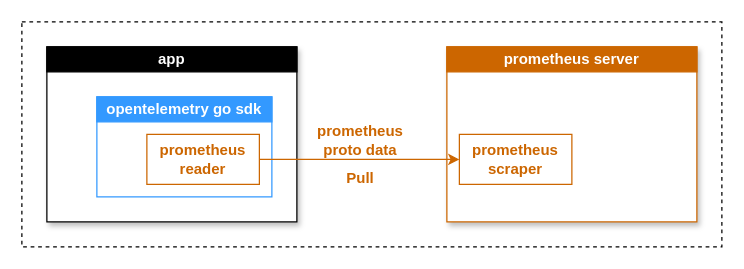
fatsheep9146/drawio-registry keeps this draw.io diagram as opentelemetry/otel-to-prometheus/otel-to-prom-case-1.drawio. Above is the earlier version. Source tidied: cells renumbered, new cells numbered last; positions are measured from the earlier drawing's top-left corner, leaving out a move shared by most shapes. Both pictures are drawn from the tidied source at 125%, with x=0, y=0 at pixel (21, 21).
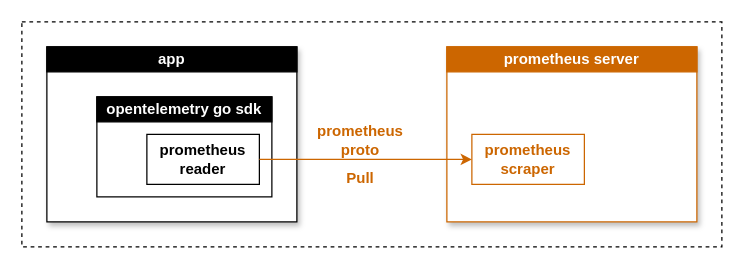
The same diagram, later.

The edit, as a diff of the source:
```diff
@@
 <mxGraphModel>
   <root>
     <mxCell id="0" />
     <mxCell id="1" parent="0" />
     <mxCell id="2" style="rounded=0;whiteSpace=wrap;html=1;dashed=1;" parent="1" vertex="1">
       <mxGeometry width="560" height="180" as="geometry" />
     </mxCell>
     <mxCell id="3" style="rounded=0;whiteSpace=wrap;html=1;shadow=1;" parent="1" vertex="1">
       <mxGeometry x="20" y="20" width="200" height="140" as="geometry" />
     </mxCell>
     <mxCell id="4" style="rounded=0;whiteSpace=wrap;html=1;strokeColor=#CC6600;shadow=1;" parent="1" vertex="1">
       <mxGeometry x="340" y="20" width="200" height="140" as="geometry" />
     </mxCell>
-    <mxCell id="5" style="rounded=0;whiteSpace=wrap;html=1;strokeColor=#3399FF;" parent="1" vertex="1">
+    <mxCell id="5" style="rounded=0;whiteSpace=wrap;html=1;strokeColor=#000000;" parent="1" vertex="1">
       <mxGeometry x="60" y="60" width="140" height="80" as="geometry" />
     </mxCell>
     <mxCell id="6" value="&lt;font color=&quot;#ffffff&quot;&gt;&lt;b&gt;app&lt;/b&gt;&lt;/font&gt;" style="rounded=0;whiteSpace=wrap;html=1;fillColor=#000000;" parent="1" vertex="1">
       <mxGeometry x="20" y="20" width="200" height="20" as="geometry" />
     </mxCell>
     <mxCell id="7" value="&lt;b&gt;&lt;font color=&quot;#ffffff&quot;&gt;prometheus server&lt;/font&gt;&lt;/b&gt;" style="rounded=0;whiteSpace=wrap;html=1;strokeColor=#CC6600;fillColor=#CC6600;" parent="1" vertex="1">
       <mxGeometry x="340" y="20" width="200" height="20" as="geometry" />
     </mxCell>
-    <mxCell id="8" value="&lt;font color=&quot;#ffffff&quot;&gt;&lt;b&gt;opentelemetry go sdk&lt;/b&gt;&lt;/font&gt;" style="rounded=0;whiteSpace=wrap;html=1;strokeColor=#3399FF;fillColor=#3399FF;" parent="1" vertex="1">
+    <mxCell id="8" value="&lt;font color=&quot;#ffffff&quot;&gt;&lt;b&gt;opentelemetry go sdk&lt;/b&gt;&lt;/font&gt;" style="rounded=0;whiteSpace=wrap;html=1;strokeColor=#000000;fillColor=#000000;" parent="1" vertex="1">
       <mxGeometry x="60" y="60" width="140" height="20" as="geometry" />
     </mxCell>
-    <mxCell id="9" value="&lt;font color=&quot;#cc6600&quot;&gt;&lt;b&gt;prometheus&lt;br&gt;reader&lt;/b&gt;&lt;/font&gt;" style="rounded=0;whiteSpace=wrap;html=1;strokeColor=#CC6600;" parent="1" vertex="1">
+    <mxCell id="9" value="&lt;b style=&quot;&quot;&gt;prometheus&lt;br&gt;reader&lt;/b&gt;" style="rounded=0;whiteSpace=wrap;html=1;strokeColor=#000000;" parent="1" vertex="1">
       <mxGeometry x="100" y="90" width="90" height="40" as="geometry" />
     </mxCell>
-    <mxCell id="10" value="&lt;b&gt;&lt;font color=&quot;#cc6600&quot;&gt;prometheus proto data&lt;/font&gt;&lt;/b&gt;" style="text;html=1;strokeColor=none;fillColor=none;align=center;verticalAlign=middle;whiteSpace=wrap;rounded=0;" parent="1" vertex="1">
+    <mxCell id="10" value="&lt;b&gt;&lt;font color=&quot;#cc6600&quot;&gt;prometheus proto&lt;/font&gt;&lt;/b&gt;" style="text;html=1;strokeColor=none;fillColor=none;align=center;verticalAlign=middle;whiteSpace=wrap;rounded=0;" parent="1" vertex="1">
       <mxGeometry x="231" y="80" width="80" height="30" as="geometry" />
     </mxCell>
     <mxCell id="11" value="&lt;b&gt;&lt;font color=&quot;#cc6600&quot;&gt;Pull&lt;/font&gt;&lt;/b&gt;" style="text;html=1;strokeColor=none;fillColor=none;align=center;verticalAlign=middle;whiteSpace=wrap;rounded=0;" parent="1" vertex="1">
       <mxGeometry x="231" y="110" width="80" height="30" as="geometry" />
     </mxCell>
     <mxCell id="12" value="&lt;font color=&quot;#cc6600&quot;&gt;&lt;b&gt;prometheus&lt;br&gt;scraper&lt;br&gt;&lt;/b&gt;&lt;/font&gt;" style="rounded=0;whiteSpace=wrap;html=1;strokeColor=#CC6600;" parent="1" vertex="1">
-      <mxGeometry x="350" y="90" width="90" height="40" as="geometry" />
+      <mxGeometry x="360" y="90" width="90" height="40" as="geometry" />
     </mxCell>
     <mxCell id="13" style="endArrow=classic;html=1;rounded=0;exitX=1;exitY=0.5;exitDx=0;exitDy=0;entryX=0;entryY=0.5;entryDx=0;entryDy=0;strokeColor=#CC6600;" parent="1" edge="1" source="9" target="12">
       <mxGeometry relative="1" as="geometry" />
     </mxCell>
   </root>
 </mxGraphModel>
```
